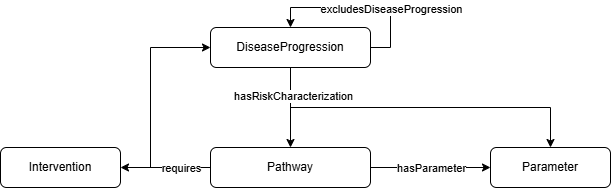
The draw.io diagram docs-src/img/osdi_pathway.png in ontologies-ULL/OSDi, before a commit. Source tidied: cells renumbered, new cells last; positions are measured from the earlier drawing's top-left corner, leaving out a move shared by most shapes.
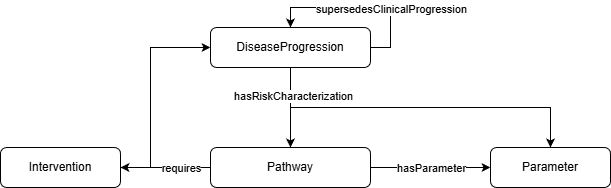
Above is the later version.

Change to the diagram source:
```diff
@@ -41,7 +41,7 @@
         </Array>
       </mxGeometry>
     </mxCell>
-    <mxCell id="11" value="excludesDiseaseProgression" style="edgeLabel;html=1;align=center;verticalAlign=middle;" parent="10" vertex="1">
+    <mxCell id="11" value="supersedesClinicalProgression" style="edgeLabel;html=1;align=center;verticalAlign=middle;" parent="10" vertex="1">
       <mxGeometry x="-0.16" y="1" relative="1" as="geometry">
         <mxPoint x="15" as="offset" />
       </mxGeometry>
```
